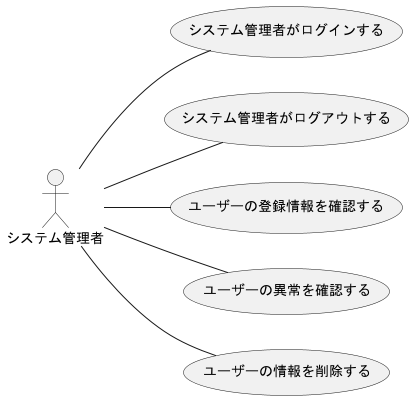
ksw2270227/GroupF keeps this PlantUML diagram as out/F_usecase_admin/システム管理者.png. Above is the earlier version.
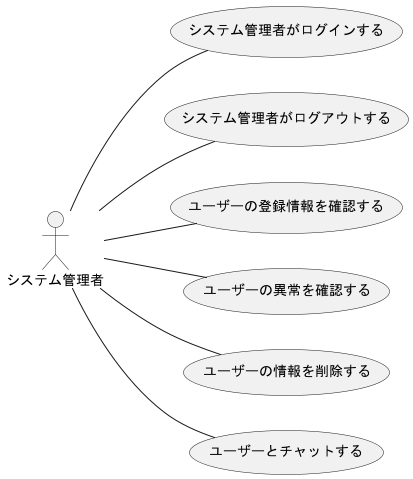
Later version of the same file.

The edit, as a diff of the source:
```diff
@@ -7,6 +7,7 @@
 システム管理者 -- (ユーザーの登録情報を確認する)
 システム管理者 -- (ユーザーの異常を確認する)
 システム管理者 -- (ユーザーの情報を削除する)
+システム管理者 -- (ユーザーとチャットする)
 
 
 
```
